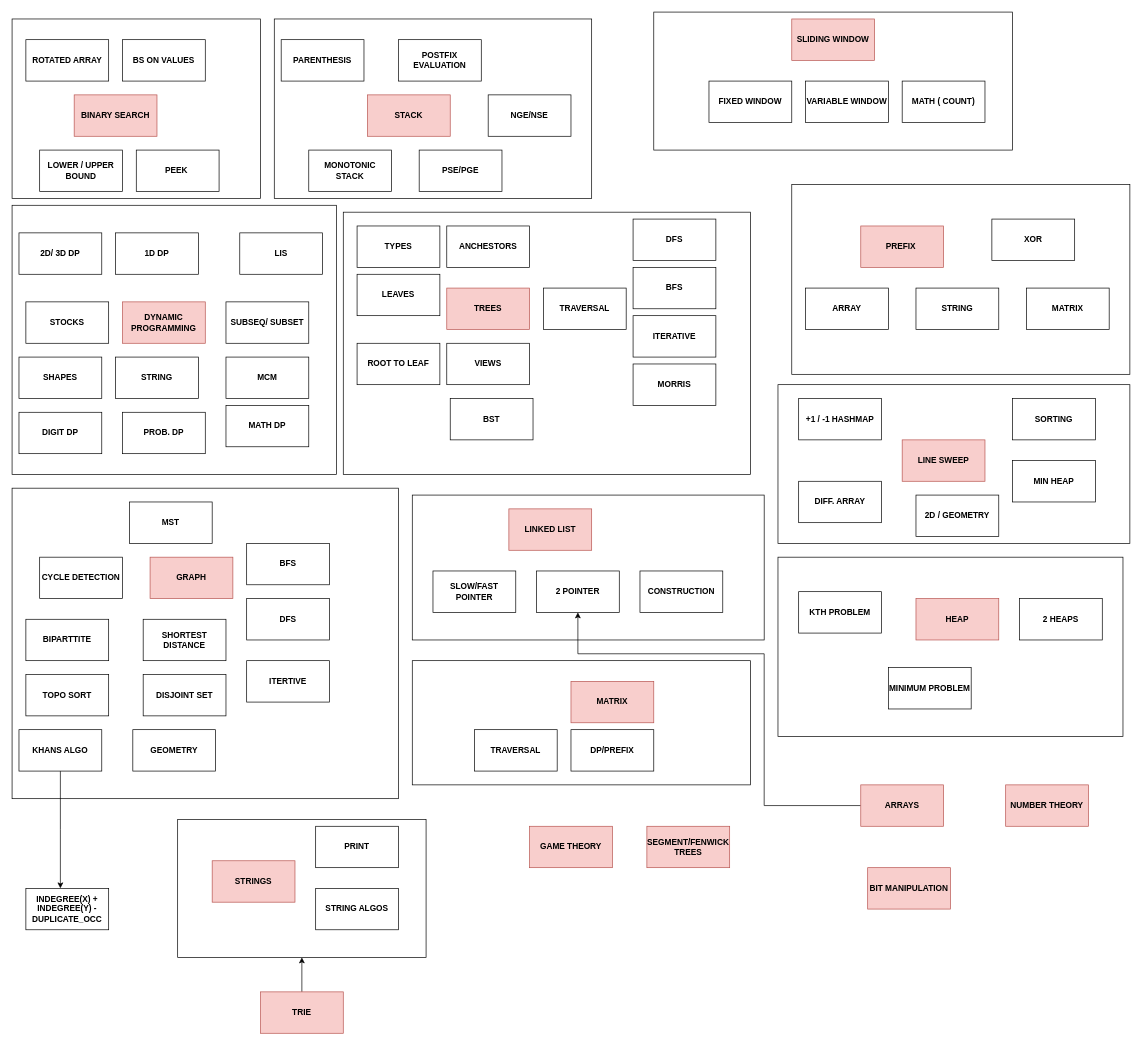
The draw.io diagram coding map.drawio in Dhamodharan17/problem-solving-python, before the edit. Source tidied: cells renumbered, new cells numbered last; positions are measured from the earlier drawing's top-left corner, leaving out a move shared by most shapes. Both pictures are drawn from the tidied source at 69%, with x=0, y=0 at pixel (12, 12).
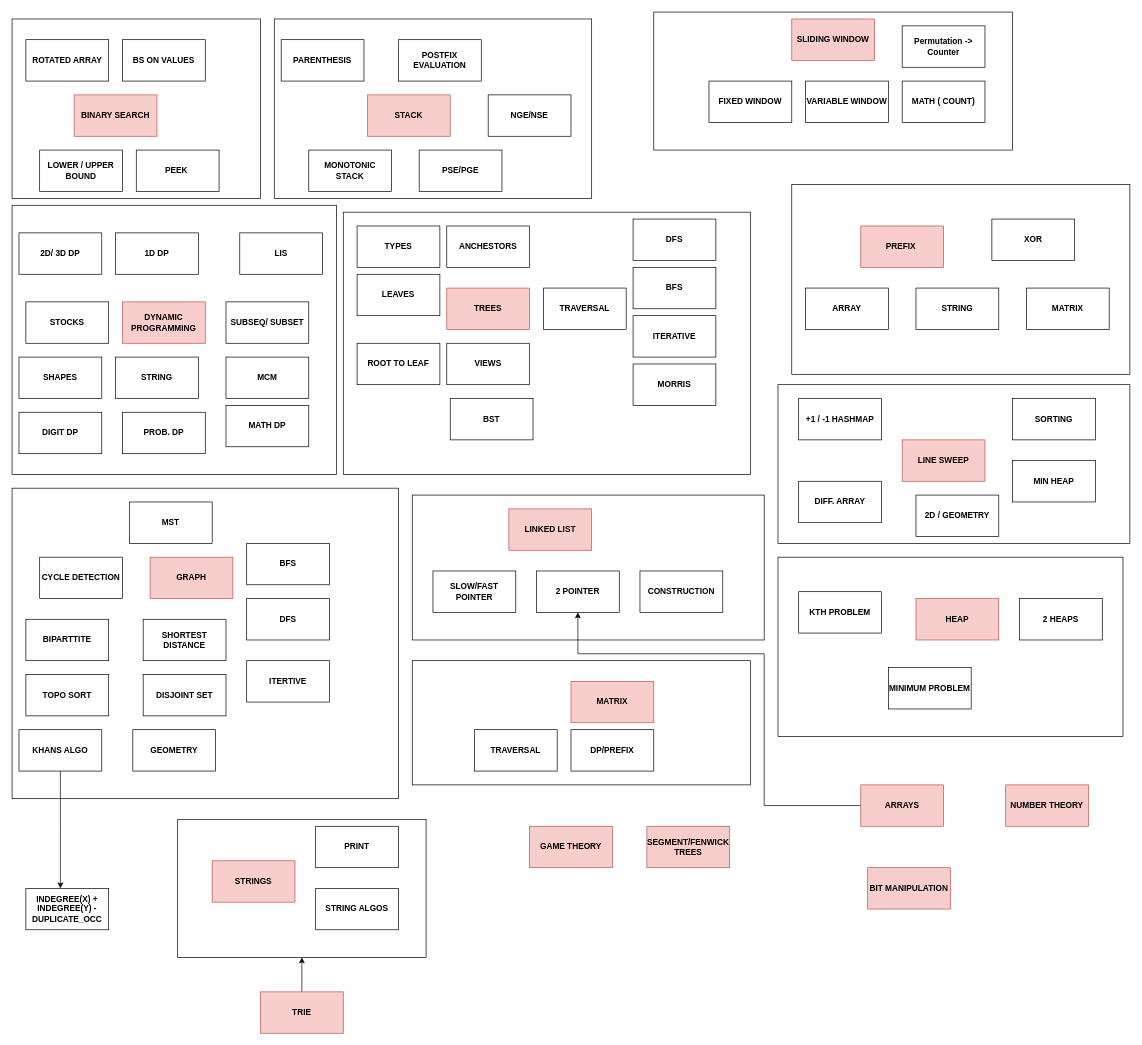
The same page after the edit.

Change to the diagram source:
```diff
@@
+    <mxCell id="126" value="&lt;b&gt;Permutation -&amp;gt; Counter&lt;/b&gt;" style="rounded=0;whiteSpace=wrap;html=1;" parent="1" vertex="1">
+      <mxGeometry x="1290" y="20" width="120" height="60" as="geometry" />
+    </mxCell>
```
